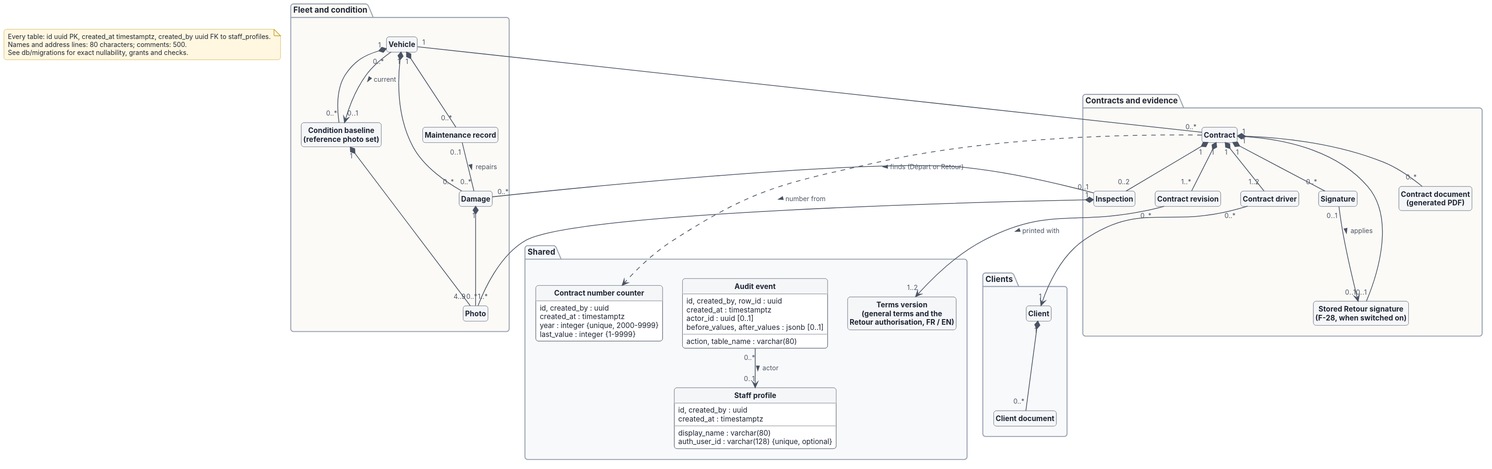
The PlantUML diagram docs/architecture/svg/05-data-overview.svg in ColJurten/mccarriviera-staff-app, before a commit.
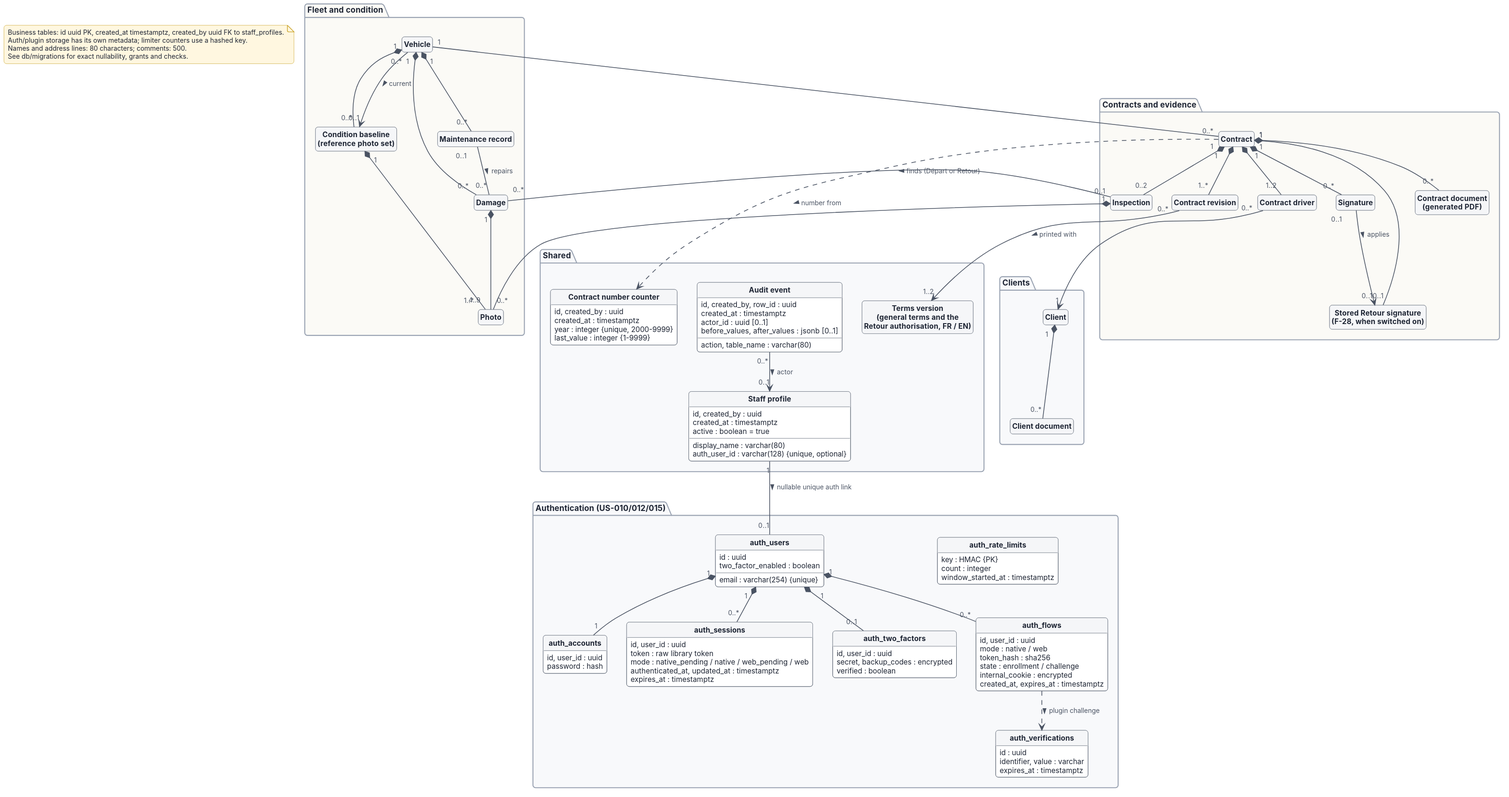
The same file after the commit.

Change to the diagram source:
```diff
@@ -35,6 +35,7 @@
     created_at : timestamptz
     display_name : varchar(80)
     auth_user_id : varchar(128) {unique, optional}
+    active : boolean = true
   }
   class AuditEvent as "Audit event" {
     id, created_by, row_id : uuid
@@ -50,6 +51,54 @@
     last_value : integer {1-9999}
   }
 }
+
+package "Authentication (US-010/012/015)" #F8F9FB {
+  class AuthUser as "auth_users" {
+    id : uuid
+    email : varchar(254) {unique}
+    two_factor_enabled : boolean
+  }
+  class AuthAccount as "auth_accounts" {
+    id, user_id : uuid
+    password : hash
+  }
+  class AuthSession as "auth_sessions" {
+    id, user_id : uuid
+    token : raw library token
+    mode : native_pending / native / web_pending / web
+    authenticated_at, updated_at : timestamptz
+    expires_at : timestamptz
+  }
+  class AuthFactor as "auth_two_factors" {
+    id, user_id : uuid
+    secret, backup_codes : encrypted
+    verified : boolean
+  }
+  class AuthFlow as "auth_flows" {
+    id, user_id : uuid
+    mode : native / web
+    token_hash : sha256
+    state : enrollment / challenge
+    internal_cookie : encrypted
+    created_at, expires_at : timestamptz
+  }
+  class AuthVerification as "auth_verifications" {
+    id : uuid
+    identifier, value : varchar
+    expires_at : timestamptz
+  }
+  class AuthRateLimit as "auth_rate_limits" {
+    key : HMAC {PK}
+    count : integer
+    window_started_at : timestamptz
+  }
+}
+StaffProfile "1" -- "0..1" AuthUser : nullable unique auth link >
+AuthUser "1" *-- "1" AuthAccount
+AuthUser "1" *-- "0..*" AuthSession
+AuthUser "1" *-- "0..1" AuthFactor
+AuthUser "1" *-- "0..*" AuthFlow
+AuthFlow ..> AuthVerification : plugin challenge >
 
 Vehicle "1" *-- "0..*" ConditionBaseline
 Vehicle "0..*" --> "0..1" ConditionBaseline : current >
@@ -76,7 +125,8 @@
 Contract ..> ContractNumberCounter : number from >
 AuditEvent "0..*" --> "0..1" StaffProfile : actor >
 note as SchemaConventions
-Every table: id uuid PK, created_at timestamptz, created_by uuid FK to staff_profiles.
+Business tables: id uuid PK, created_at timestamptz, created_by uuid FK to staff_profiles.
+Auth/plugin storage has its own metadata; limiter counters use a hashed key.
 Names and address lines: 80 characters; comments: 500.
 See db/migrations for exact nullability, grants and checks.
 end note
```
